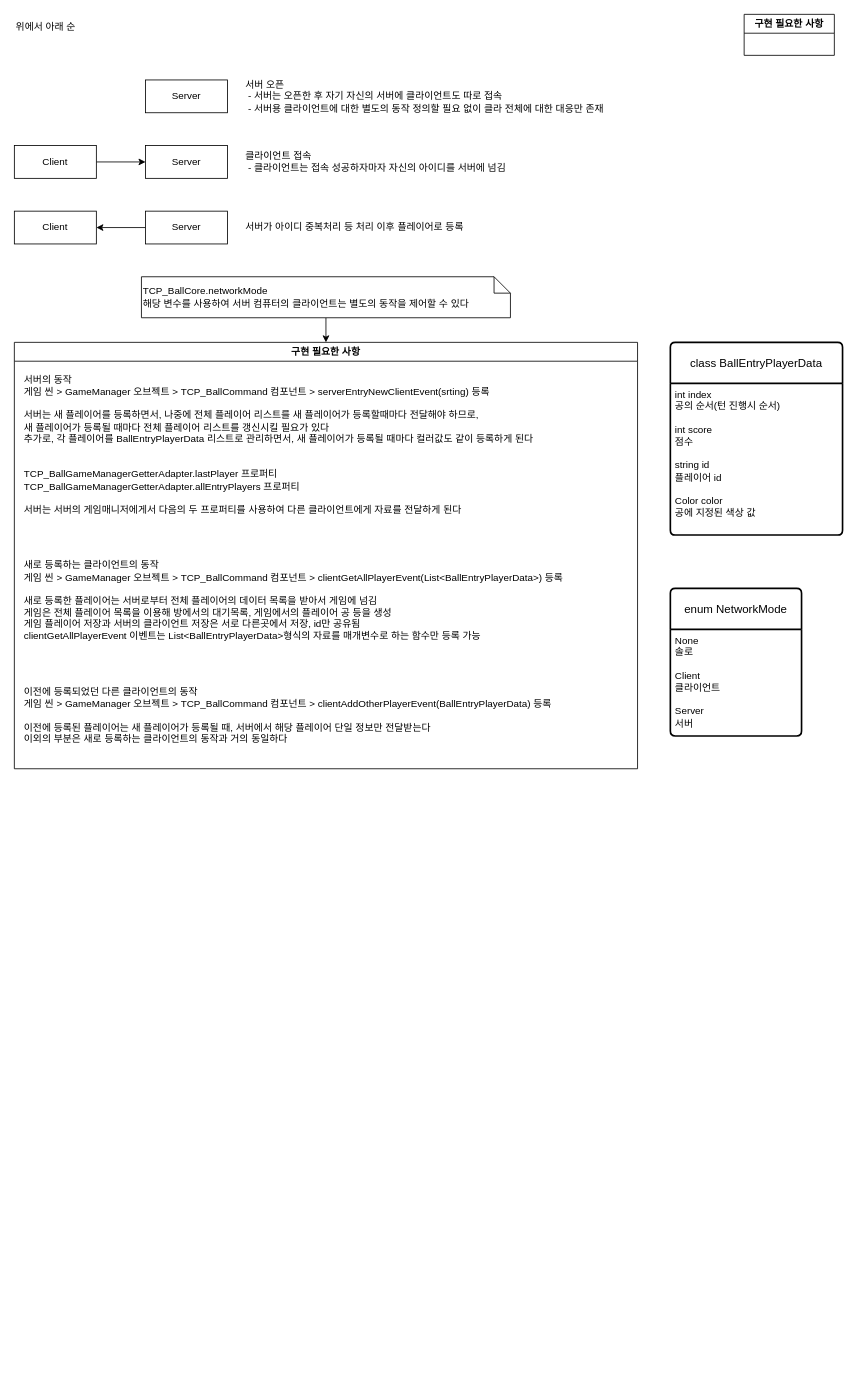
rasedole/Blind_Billiards keeps this draw.io diagram as Docs/NetworkFlow.drawio. Above is the earlier version. Source tidied: cells renumbered, new cells numbered last; positions are measured from the earlier drawing's top-left corner, leaving out a move shared by most shapes. Both pictures are drawn from the tidied source at 82%, with x=0, y=0 at pixel (14, 14).
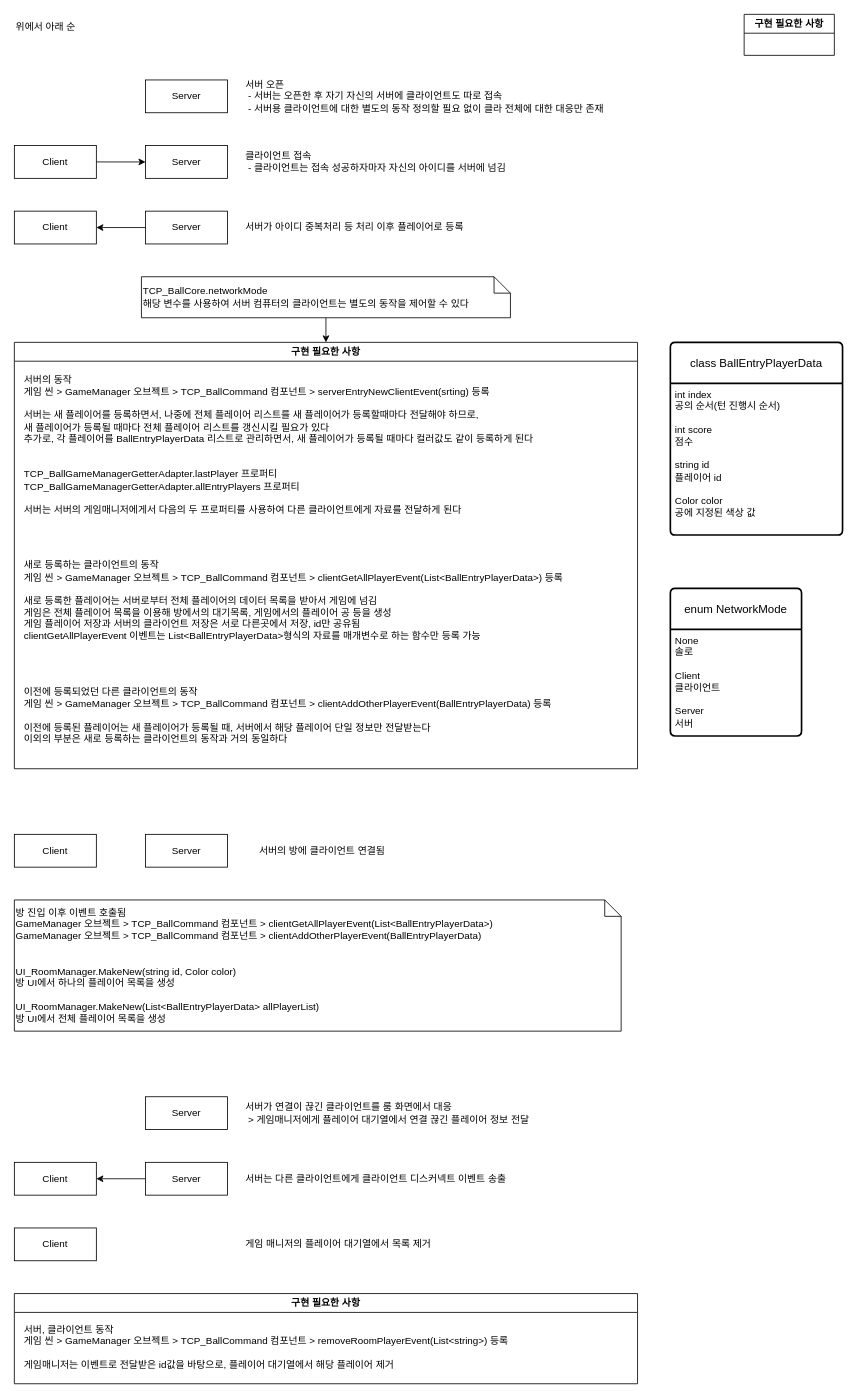
The same page after the edit.

Change to the diagram source:
```diff
@@
+    <mxCell id="24" value="방 진입 이후 이벤트 호출됨&lt;br&gt;GameManager 오브젝트 &amp;gt;&amp;nbsp;TCP_BallCommand 컴포넌트 &amp;gt;&amp;nbsp;clientGetAllPlayerEvent(List&amp;lt;BallEntryPlayerData&amp;gt;)&lt;br&gt;GameManager 오브젝트 &amp;gt;&amp;nbsp;TCP_BallCommand 컴포넌트 &amp;gt;&amp;nbsp;clientAddOtherPlayerEvent(BallEntryPlayerData)&amp;nbsp;&lt;br&gt;&lt;br&gt;&lt;br&gt;UI_RoomManager.MakeNew(string id, Color color)&lt;br&gt;방 UI에서 하나의 플레이어 목록을 생성&lt;br&gt;&lt;br&gt;UI_RoomManager.MakeNew(List&amp;lt;BallEntryPlayerData&amp;gt; allPlayerList)&lt;br&gt;방 UI에서 전체 플레이어 목록을 생성" style="shape=note;size=20;whiteSpace=wrap;html=1;align=left;" parent="1" vertex="1">
+      <mxGeometry y="1080" width="740" height="160" as="geometry" />
+    </mxCell>
+    <mxCell id="25" value="Client" style="whiteSpace=wrap;html=1;align=center;" parent="1" vertex="1">
+      <mxGeometry y="1000" width="100" height="40" as="geometry" />
+    </mxCell>
+    <mxCell id="26" value="Server" style="whiteSpace=wrap;html=1;align=center;" parent="1" vertex="1">
+      <mxGeometry x="160" y="1000" width="100" height="40" as="geometry" />
+    </mxCell>
+    <mxCell id="27" value="서버의 방에 클라이언트 연결됨" style="text;html=1;align=center;verticalAlign=middle;strokeColor=none;fillColor=none;" parent="1" vertex="1">
+      <mxGeometry x="280" y="1005" width="190" height="30" as="geometry" />
+    </mxCell>
+    <mxCell id="28" value="Server" style="whiteSpace=wrap;html=1;align=center;" parent="1" vertex="1">
+      <mxGeometry x="160" y="1320" width="100" height="40" as="geometry" />
+    </mxCell>
+    <mxCell id="29" value="서버가 연결이 끊긴 클라이언트를 룸 화면에서 대응&lt;br&gt;&amp;nbsp;&amp;gt; 게임매니저에게 플레이어 대기열에서 연결 끊긴 플레이어 정보 전달" style="text;html=1;align=left;verticalAlign=middle;strokeColor=none;fillColor=none;" parent="1" vertex="1">
+      <mxGeometry x="280" y="1320" width="400" height="40" as="geometry" />
+    </mxCell>
+    <mxCell id="30" value="Client" style="whiteSpace=wrap;html=1;align=center;" parent="1" vertex="1">
+      <mxGeometry y="1400" width="100" height="40" as="geometry" />
+    </mxCell>
+    <mxCell id="31" style="edgeStyle=orthogonalEdgeStyle;rounded=0;jettySize=auto;html=1;exitX=0;exitY=0.5;exitDx=0;exitDy=0;entryX=1;entryY=0.5;entryDx=0;entryDy=0;" parent="1" edge="1" source="32" target="30">
+      <mxGeometry relative="1" as="geometry" />
+    </mxCell>
+    <mxCell id="32" value="Server" style="whiteSpace=wrap;html=1;align=center;" parent="1" vertex="1">
+      <mxGeometry x="160" y="1400" width="100" height="40" as="geometry" />
+    </mxCell>
+    <mxCell id="33" value="서버는 다른 클라이언트에게 클라이언트 디스커넥트 이벤트 송출" style="text;html=1;align=left;verticalAlign=middle;strokeColor=none;fillColor=none;" parent="1" vertex="1">
+      <mxGeometry x="280" y="1405" width="370" height="30" as="geometry" />
+    </mxCell>
+    <mxCell id="34" value="구현 필요한 사항" style="swimlane;whiteSpace=wrap;html=1;" parent="1" vertex="1">
+      <mxGeometry y="1560" width="760" height="110" as="geometry" />
+    </mxCell>
+    <mxCell id="35" value="서버, 클라이언트 동작&lt;br&gt;게임 씬 &amp;gt;&amp;nbsp;GameManager 오브젝트 &amp;gt;&amp;nbsp;TCP_BallCommand 컴포넌트 &amp;gt; removeRoomPlayerEvent(List&amp;lt;string&amp;gt;) 등록&lt;br&gt;&lt;br&gt;게임매니저는 이벤트로 전달받은 id값을 바탕으로, 플레이어 대기열에서 해당 플레이어 제거" style="text;html=1;align=left;verticalAlign=middle;strokeColor=none;fillColor=none;" parent="34" vertex="1">
+      <mxGeometry x="10" y="30" width="630" height="70" as="geometry" />
+    </mxCell>
+    <mxCell id="36" value="Client" style="whiteSpace=wrap;html=1;align=center;" parent="1" vertex="1">
+      <mxGeometry y="1480" width="100" height="40" as="geometry" />
+    </mxCell>
+    <mxCell id="37" value="게임 매니저의 플레이어 대기열에서 목록 제거" style="text;html=1;align=left;verticalAlign=middle;strokeColor=none;fillColor=none;" parent="1" vertex="1">
+      <mxGeometry x="280" y="1485" width="270" height="30" as="geometry" />
+    </mxCell>
```
